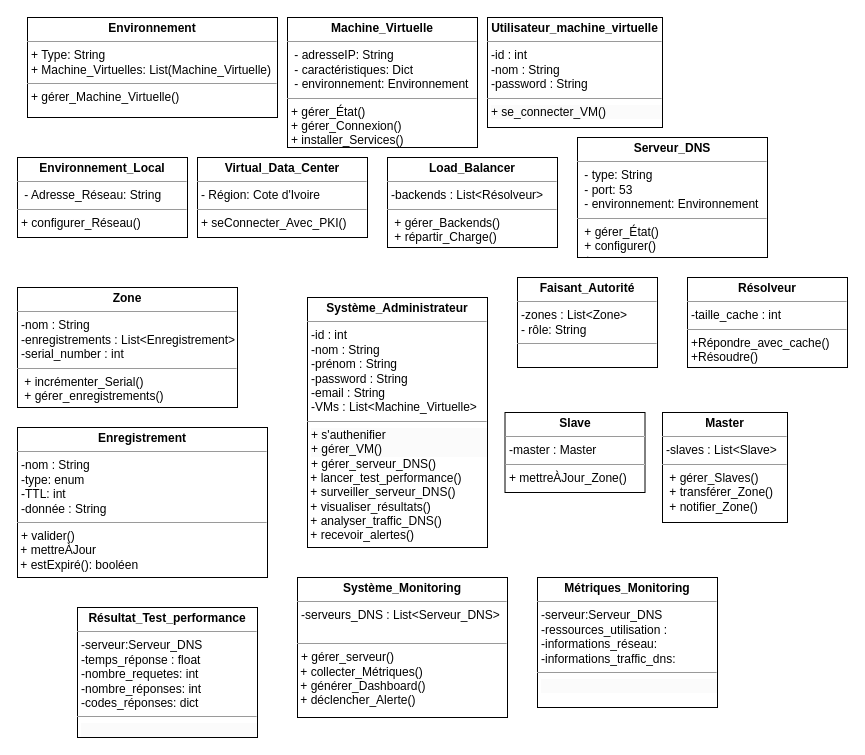
The draw.io diagram Diagramme sans nom.drawio in eya-harbaoui/Diagramms, before the edit. Source tidied: cells renumbered, new cells numbered last; positions are measured from the earlier drawing's top-left corner, leaving out a move shared by most shapes. Both pictures are drawn from the tidied source at 100%, with x=0, y=0 at pixel (17, 17).
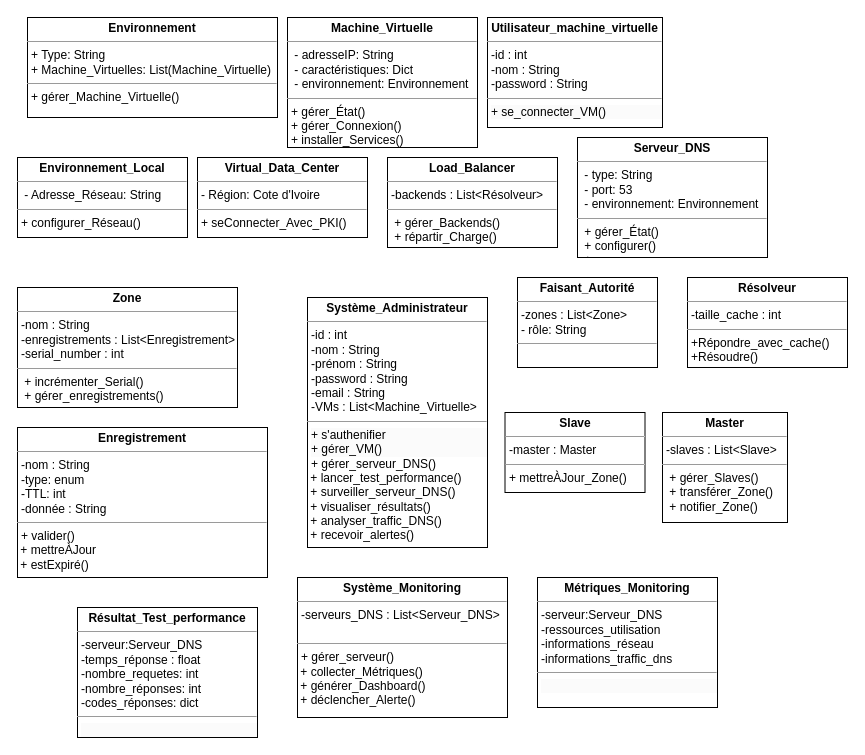
The same diagram, later.

The edit, as a diff of the source:
```diff
@@
-    <mxCell id="13" value="&lt;p style=&quot;margin:0px;margin-top:4px;text-align:center;&quot;&gt;&lt;b&gt;Enregistrement&lt;/b&gt;&lt;/p&gt;&lt;hr size=&quot;1&quot;&gt;&lt;p style=&quot;margin:0px;margin-left:4px;&quot;&gt;-nom : String&lt;/p&gt;&lt;p style=&quot;margin:0px;margin-left:4px;&quot;&gt;-type: enum&lt;/p&gt;&lt;p style=&quot;margin:0px;margin-left:4px;&quot;&gt;-TTL: int&lt;/p&gt;&lt;p style=&quot;margin:0px;margin-left:4px;&quot;&gt;-donnée : String&lt;/p&gt;&lt;hr size=&quot;1&quot;&gt;&lt;p style=&quot;margin:0px;margin-left:4px;&quot;&gt;&lt;span style=&quot;text-wrap: wrap; background-color: initial;&quot;&gt;+ valider()&lt;/span&gt;&lt;/p&gt;&lt;span style=&quot;text-wrap: wrap;&quot;&gt;&amp;nbsp;+ mettreÀJour&lt;br&gt;&lt;/span&gt;&lt;span style=&quot;text-wrap: wrap;&quot;&gt;&amp;nbsp;+ estExpiré(): booléen&lt;/span&gt;" style="verticalAlign=top;align=left;overflow=fill;fontSize=12;fontFamily=Helvetica;html=1;rounded=0;shadow=0;comic=0;labelBackgroundColor=none;strokeWidth=1;" parent="1" vertex="1">
+    <mxCell id="13" value="&lt;p style=&quot;margin:0px;margin-top:4px;text-align:center;&quot;&gt;&lt;b&gt;Enregistrement&lt;/b&gt;&lt;/p&gt;&lt;hr size=&quot;1&quot;&gt;&lt;p style=&quot;margin:0px;margin-left:4px;&quot;&gt;-nom : String&lt;/p&gt;&lt;p style=&quot;margin:0px;margin-left:4px;&quot;&gt;-type: enum&lt;/p&gt;&lt;p style=&quot;margin:0px;margin-left:4px;&quot;&gt;-TTL: int&lt;/p&gt;&lt;p style=&quot;margin:0px;margin-left:4px;&quot;&gt;-donnée : String&lt;/p&gt;&lt;hr size=&quot;1&quot;&gt;&lt;p style=&quot;margin:0px;margin-left:4px;&quot;&gt;&lt;span style=&quot;text-wrap: wrap; background-color: initial;&quot;&gt;+ valider()&lt;/span&gt;&lt;/p&gt;&lt;span style=&quot;text-wrap: wrap;&quot;&gt;&amp;nbsp;+ mettreÀJour&lt;br&gt;&lt;/span&gt;&lt;span style=&quot;text-wrap: wrap;&quot;&gt;&amp;nbsp;+ estExpiré()&lt;/span&gt;" style="verticalAlign=top;align=left;overflow=fill;fontSize=12;fontFamily=Helvetica;html=1;rounded=0;shadow=0;comic=0;labelBackgroundColor=none;strokeWidth=1;" parent="1" vertex="1">
       <mxGeometry y="410" width="250" height="150" as="geometry" />
     </mxCell>
@@
-    <mxCell id="18" value="&lt;p style=&quot;margin:0px;margin-top:4px;text-align:center;&quot;&gt;&lt;b&gt;Métriques_Monitoring&lt;/b&gt;&lt;/p&gt;&lt;hr size=&quot;1&quot;&gt;&lt;p style=&quot;margin:0px;margin-left:4px;&quot;&gt;-serveur:Serveur_DNS&lt;/p&gt;&lt;p style=&quot;margin:0px;margin-left:4px;&quot;&gt;-ressources_utilisation :&lt;/p&gt;&lt;p style=&quot;margin:0px;margin-left:4px;&quot;&gt;&lt;span style=&quot;background-color: initial;&quot;&gt;-informations_réseau:&amp;nbsp;&lt;/span&gt;&lt;br&gt;&lt;/p&gt;&lt;p style=&quot;margin: 0px 0px 0px 4px;&quot;&gt;-informations_traffic_dns:&amp;nbsp;&lt;/p&gt;&lt;hr size=&quot;1&quot;&gt;&lt;p style=&quot;margin:0px;margin-left:4px;&quot;&gt;&lt;span style=&quot;forced-color-adjust: none; color: rgb(0, 0, 0); font-family: Helvetica; font-size: 12px; font-style: normal; font-variant-ligatures: normal; font-variant-caps: normal; font-weight: 400; letter-spacing: normal; orphans: 2; text-align: left; text-indent: 0px; text-transform: none; widows: 2; word-spacing: 0px; -webkit-text-stroke-width: 0px; white-space: normal; background-color: rgb(251, 251, 251); text-decoration-thickness: initial; text-decoration-style: initial; text-decoration-color: initial;&quot;&gt;&lt;/span&gt;&lt;/p&gt;&lt;p style=&quot;forced-color-adjust: none; color: rgb(0, 0, 0); font-family: Helvetica; font-size: 12px; font-style: normal; font-variant-ligatures: normal; font-variant-caps: normal; font-weight: 400; letter-spacing: normal; orphans: 2; text-align: left; text-indent: 0px; text-transform: none; widows: 2; word-spacing: 0px; -webkit-text-stroke-width: 0px; white-space: nowrap; background-color: rgb(251, 251, 251); text-decoration-thickness: initial; text-decoration-style: initial; text-decoration-color: initial; margin: 0px 0px 0px 4px;&quot;&gt;&lt;br&gt;&lt;/p&gt;" style="verticalAlign=top;align=left;overflow=fill;fontSize=12;fontFamily=Helvetica;html=1;rounded=0;shadow=0;comic=0;labelBackgroundColor=none;strokeWidth=1;" parent="1" vertex="1">
+    <mxCell id="18" value="&lt;p style=&quot;margin:0px;margin-top:4px;text-align:center;&quot;&gt;&lt;b&gt;Métriques_Monitoring&lt;/b&gt;&lt;/p&gt;&lt;hr size=&quot;1&quot;&gt;&lt;p style=&quot;margin:0px;margin-left:4px;&quot;&gt;-serveur:Serveur_DNS&lt;/p&gt;&lt;p style=&quot;margin:0px;margin-left:4px;&quot;&gt;-ressources_utilisation&lt;/p&gt;&lt;p style=&quot;margin:0px;margin-left:4px;&quot;&gt;&lt;span style=&quot;background-color: initial;&quot;&gt;-informations_réseau&lt;/span&gt;&lt;br&gt;&lt;/p&gt;&lt;p style=&quot;margin: 0px 0px 0px 4px;&quot;&gt;-informations_traffic_dns&lt;/p&gt;&lt;hr size=&quot;1&quot;&gt;&lt;p style=&quot;margin:0px;margin-left:4px;&quot;&gt;&lt;span style=&quot;forced-color-adjust: none; color: rgb(0, 0, 0); font-family: Helvetica; font-size: 12px; font-style: normal; font-variant-ligatures: normal; font-variant-caps: normal; font-weight: 400; letter-spacing: normal; orphans: 2; text-align: left; text-indent: 0px; text-transform: none; widows: 2; word-spacing: 0px; -webkit-text-stroke-width: 0px; white-space: normal; background-color: rgb(251, 251, 251); text-decoration-thickness: initial; text-decoration-style: initial; text-decoration-color: initial;&quot;&gt;&lt;/span&gt;&lt;/p&gt;&lt;p style=&quot;forced-color-adjust: none; color: rgb(0, 0, 0); font-family: Helvetica; font-size: 12px; font-style: normal; font-variant-ligatures: normal; font-variant-caps: normal; font-weight: 400; letter-spacing: normal; orphans: 2; text-align: left; text-indent: 0px; text-transform: none; widows: 2; word-spacing: 0px; -webkit-text-stroke-width: 0px; white-space: nowrap; background-color: rgb(251, 251, 251); text-decoration-thickness: initial; text-decoration-style: initial; text-decoration-color: initial; margin: 0px 0px 0px 4px;&quot;&gt;&lt;br&gt;&lt;/p&gt;" style="verticalAlign=top;align=left;overflow=fill;fontSize=12;fontFamily=Helvetica;html=1;rounded=0;shadow=0;comic=0;labelBackgroundColor=none;strokeWidth=1;" parent="1" vertex="1">
       <mxGeometry x="520" y="560" width="180" height="130" as="geometry" />
     </mxCell>
```
